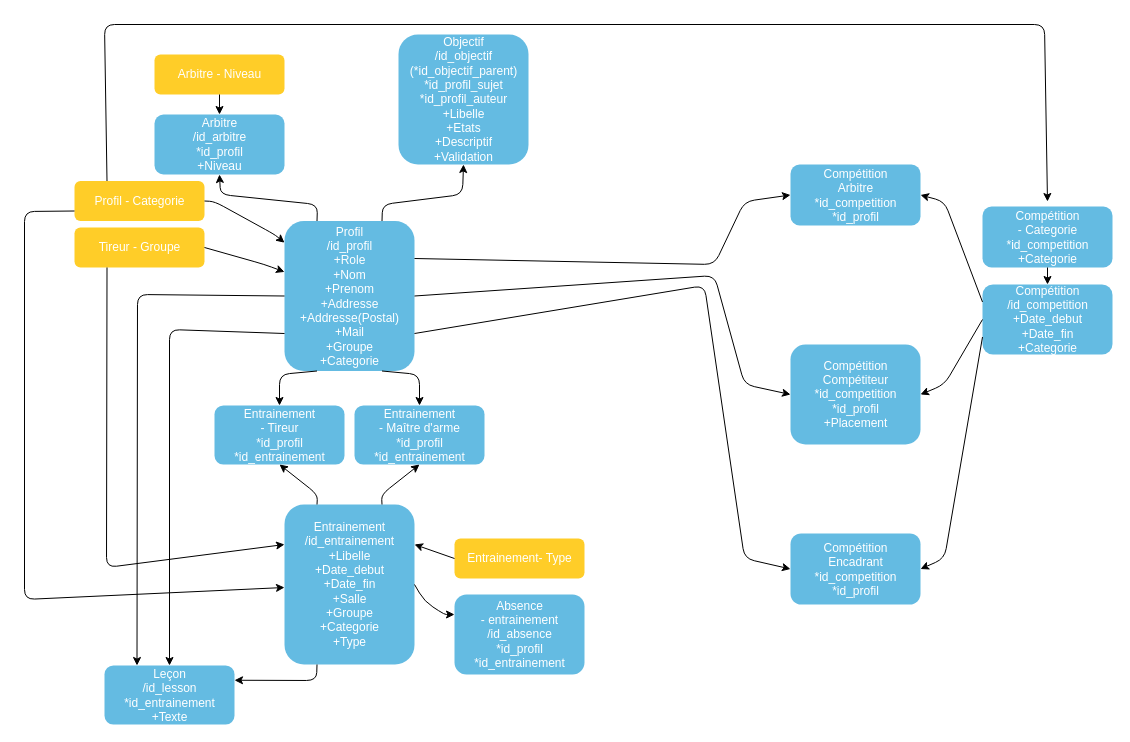
Before: CEACEMVS.drawio in Letonade/Hitema-M1x2-OneWeek-2018-2019, a draw.io diagram. Source tidied: cells renumbered, new cells numbered last; positions are measured from the earlier drawing's top-left corner, leaving out a move shared by most shapes. Both pictures are drawn from the tidied source at 100%, with x=0, y=0 at pixel (24, 24).
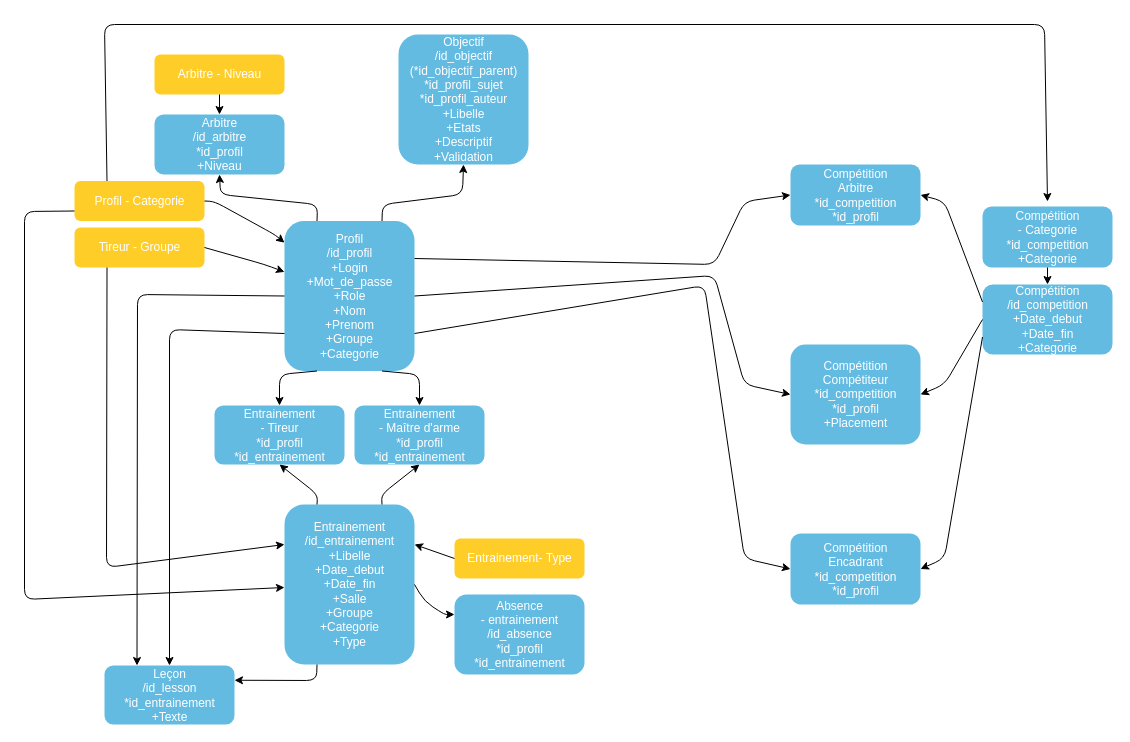
The same page after the edit.

Commit message (it also covers changes not shown here):
Diagram BDD (profil changement pour rgpd)

Change to the diagram source:
```diff
@@
-    <mxCell id="2" value="&lt;div&gt;Profil&lt;/div&gt;&lt;div&gt;/id_profil&lt;/div&gt;&lt;div&gt;+Role&lt;br&gt;&lt;/div&gt;&lt;div&gt;+Nom&lt;/div&gt;&lt;div&gt;+Prenom&lt;/div&gt;&lt;div&gt;+Addresse&lt;/div&gt;&lt;div&gt;+Addresse(Postal)&lt;/div&gt;&lt;div&gt;+Mail&lt;/div&gt;&lt;div&gt;&lt;div&gt;+Groupe&lt;/div&gt;&lt;div&gt;+Categorie&lt;/div&gt;&lt;/div&gt;" style="rounded=1;fillColor=#64BBE2;strokeColor=none;strokeWidth=3;shadow=0;html=1;fontColor=#FFFFFF;" parent="1" vertex="1">
+    <mxCell id="2" value="&lt;div&gt;Profil&lt;/div&gt;&lt;div&gt;/id_profil&lt;/div&gt;&lt;div&gt;+Login&lt;br&gt;&lt;/div&gt;&lt;div&gt;+Mot_de_passe&lt;br&gt;&lt;/div&gt;&lt;div&gt;+Role&lt;br&gt;&lt;/div&gt;&lt;div&gt;+Nom&lt;/div&gt;&lt;div&gt;+Prenom&lt;/div&gt;&lt;div&gt;&lt;div&gt;+Groupe&lt;/div&gt;&lt;div&gt;+Categorie&lt;/div&gt;&lt;/div&gt;" style="rounded=1;fillColor=#64BBE2;strokeColor=none;strokeWidth=3;shadow=0;html=1;fontColor=#FFFFFF;" parent="1" vertex="1">
       <mxGeometry x="260" y="196.5" width="130" height="150" as="geometry" />
     </mxCell>
```
